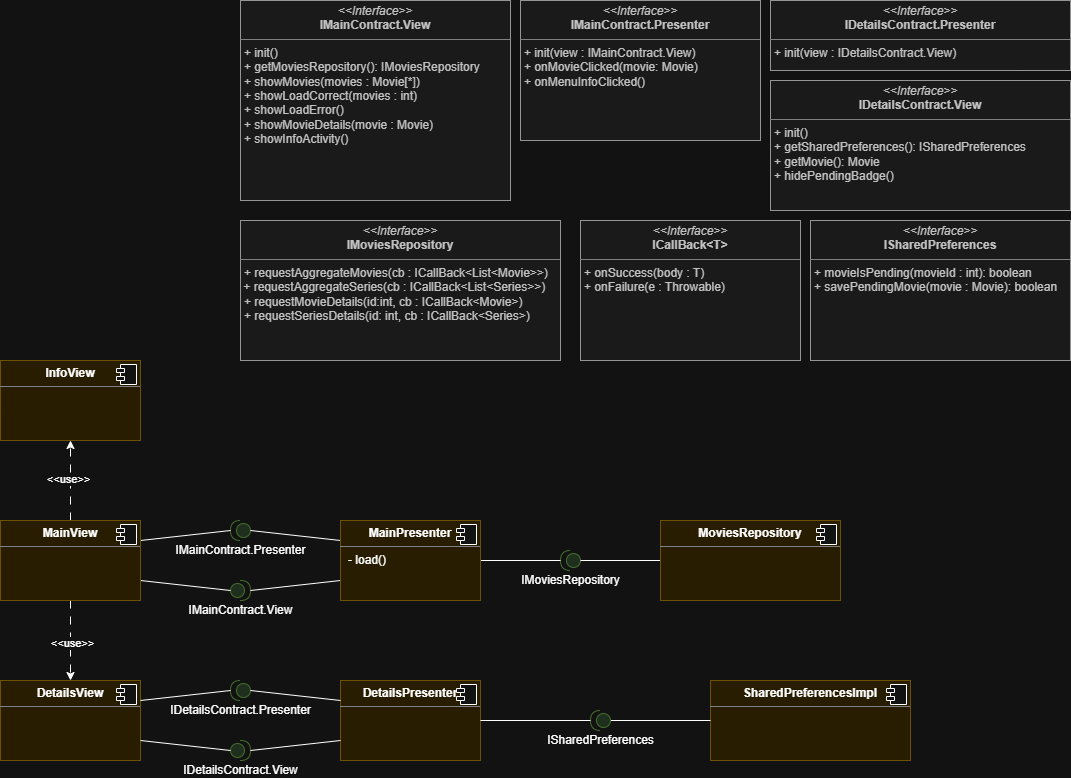
Earlier version of the draw.io export Docs/Models/architecture.png (isunican/App-Movies-Grupo3). Source tidied: cells renumbered, new cells last; positions are measured from the earlier drawing's top-left corner, leaving out a move shared by most shapes.
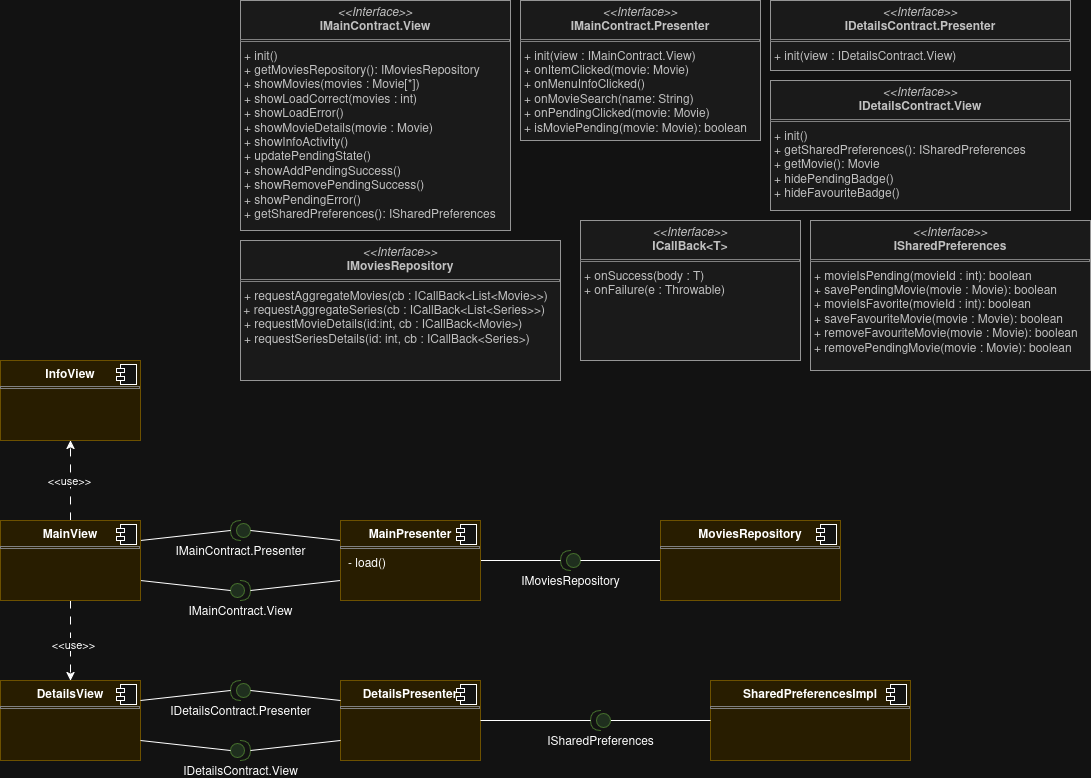
After the commit.

Commit message:
update architecture diagram

The edit, as a diff of the source:
```diff
@@ -2,8 +2,8 @@
   <root>
     <mxCell id="0" />
     <mxCell id="1" parent="0" />
-    <mxCell id="2" value="&lt;p style=&quot;margin:0px;margin-top:4px;text-align:center;&quot;&gt;&lt;i&gt;&amp;lt;&amp;lt;Interface&amp;gt;&amp;gt;&lt;/i&gt;&lt;br&gt;&lt;b&gt;IMainContract.View&lt;/b&gt;&lt;/p&gt;&lt;hr size=&quot;1&quot; style=&quot;border-style:solid;&quot;&gt;&lt;p style=&quot;margin:0px;margin-left:4px;&quot;&gt;+ init()&lt;br&gt;+ getMoviesRepository(): IMoviesRepository&lt;/p&gt;&lt;p style=&quot;margin:0px;margin-left:4px;&quot;&gt;+ showMovies(movies : Movie[*])&lt;/p&gt;&lt;p style=&quot;margin:0px;margin-left:4px;&quot;&gt;+ showLoadCorrect(movies : int)&lt;/p&gt;&lt;p style=&quot;margin:0px;margin-left:4px;&quot;&gt;+ showLoadError()&lt;/p&gt;&lt;p style=&quot;margin:0px;margin-left:4px;&quot;&gt;+ showMovieDetails(movie : Movie)&lt;/p&gt;&lt;p style=&quot;margin:0px;margin-left:4px;&quot;&gt;+ showInfoActivity()&lt;/p&gt;" style="verticalAlign=top;align=left;overflow=fill;html=1;whiteSpace=wrap;fillColor=#f5f5f5;fontColor=#333333;strokeColor=#666666;" parent="1" vertex="1">
-      <mxGeometry x="240" width="270" height="200" as="geometry" />
+    <mxCell id="2" value="&lt;p style=&quot;margin:0px;margin-top:4px;text-align:center;&quot;&gt;&lt;i&gt;&amp;lt;&amp;lt;Interface&amp;gt;&amp;gt;&lt;/i&gt;&lt;br&gt;&lt;b&gt;IMainContract.View&lt;/b&gt;&lt;/p&gt;&lt;hr size=&quot;1&quot; style=&quot;border-style:solid;&quot;&gt;&lt;p style=&quot;margin:0px;margin-left:4px;&quot;&gt;+ init()&lt;br&gt;+ getMoviesRepository(): IMoviesRepository&lt;/p&gt;&lt;p style=&quot;margin:0px;margin-left:4px;&quot;&gt;+ showMovies(movies : Movie[*])&lt;/p&gt;&lt;p style=&quot;margin:0px;margin-left:4px;&quot;&gt;+ showLoadCorrect(movies : int)&lt;/p&gt;&lt;p style=&quot;margin:0px;margin-left:4px;&quot;&gt;+ showLoadError()&lt;/p&gt;&lt;p style=&quot;margin:0px;margin-left:4px;&quot;&gt;+ showMovieDetails(movie : Movie)&lt;/p&gt;&lt;p style=&quot;margin:0px;margin-left:4px;&quot;&gt;+ showInfoActivity()&lt;/p&gt;&lt;p style=&quot;margin:0px;margin-left:4px;&quot;&gt;+ updatePendingState()&lt;/p&gt;&lt;p style=&quot;margin:0px;margin-left:4px;&quot;&gt;+ showAddPendingSuccess()&lt;/p&gt;&lt;p style=&quot;margin:0px;margin-left:4px;&quot;&gt;+ showRemovePendingSuccess()&lt;/p&gt;&lt;p style=&quot;margin:0px;margin-left:4px;&quot;&gt;+ showPendingError()&lt;/p&gt;&lt;p style=&quot;margin:0px;margin-left:4px;&quot;&gt;+ getSharedPreferences(): ISharedPreferences&lt;/p&gt;" style="verticalAlign=top;align=left;overflow=fill;html=1;whiteSpace=wrap;fillColor=#f5f5f5;fontColor=#333333;strokeColor=#666666;" parent="1" vertex="1">
+      <mxGeometry x="240" width="270" height="230" as="geometry" />
     </mxCell>
     <mxCell id="3" value="IMainContract.View" style="shape=providedRequiredInterface;html=1;verticalLabelPosition=bottom;sketch=0;fillColor=#d5e8d4;strokeColor=#82b366;" parent="1" vertex="1">
       <mxGeometry x="230" y="580" width="20" height="20" as="geometry" />
@@ -68,11 +68,11 @@
         <mxPoint x="-24" y="4" as="offset" />
       </mxGeometry>
     </mxCell>
-    <mxCell id="22" value="&lt;p style=&quot;margin:0px;margin-top:4px;text-align:center;&quot;&gt;&lt;i&gt;&amp;lt;&amp;lt;Interface&amp;gt;&amp;gt;&lt;/i&gt;&lt;br&gt;&lt;b&gt;IMainContract.Presenter&lt;/b&gt;&lt;/p&gt;&lt;hr size=&quot;1&quot; style=&quot;border-style:solid;&quot;&gt;&lt;p style=&quot;margin:0px;margin-left:4px;&quot;&gt;+ init(view : IMainContract.View)&lt;br&gt;+ onMovieClicked(movie: Movie)&lt;/p&gt;&lt;p style=&quot;margin:0px;margin-left:4px;&quot;&gt;+ onMenuInfoClicked()&lt;/p&gt;" style="verticalAlign=top;align=left;overflow=fill;html=1;whiteSpace=wrap;fillColor=#f5f5f5;fontColor=#333333;strokeColor=#666666;" parent="1" vertex="1">
+    <mxCell id="22" value="&lt;p style=&quot;margin:0px;margin-top:4px;text-align:center;&quot;&gt;&lt;i&gt;&amp;lt;&amp;lt;Interface&amp;gt;&amp;gt;&lt;/i&gt;&lt;br&gt;&lt;b&gt;IMainContract.Presenter&lt;/b&gt;&lt;/p&gt;&lt;hr size=&quot;1&quot; style=&quot;border-style:solid;&quot;&gt;&lt;p style=&quot;margin:0px;margin-left:4px;&quot;&gt;+ init(view : IMainContract.View)&lt;br&gt;+ onItemClicked(movie: Movie)&lt;/p&gt;&lt;p style=&quot;margin:0px;margin-left:4px;&quot;&gt;+ onMenuInfoClicked()&lt;/p&gt;&lt;p style=&quot;margin:0px;margin-left:4px;&quot;&gt;+ onMovieSearch(name: String)&lt;/p&gt;&lt;p style=&quot;margin:0px;margin-left:4px;&quot;&gt;+ onPendingClicked(movie: Movie)&lt;/p&gt;&lt;p style=&quot;margin:0px;margin-left:4px;&quot;&gt;+ isMoviePending(movie: Movie): boolean&lt;/p&gt;" style="verticalAlign=top;align=left;overflow=fill;html=1;whiteSpace=wrap;fillColor=#f5f5f5;fontColor=#333333;strokeColor=#666666;" parent="1" vertex="1">
       <mxGeometry x="520" width="240" height="140" as="geometry" />
     </mxCell>
     <mxCell id="23" value="&lt;p style=&quot;margin:0px;margin-top:4px;text-align:center;&quot;&gt;&lt;i&gt;&amp;lt;&amp;lt;Interface&amp;gt;&amp;gt;&lt;/i&gt;&lt;br&gt;&lt;b&gt;IMoviesRepository&lt;/b&gt;&lt;/p&gt;&lt;hr size=&quot;1&quot; style=&quot;border-style:solid;&quot;&gt;&lt;p style=&quot;margin:0px;margin-left:4px;&quot;&gt;+ requestAggregateMovies(cb : ICallBack&amp;lt;List&amp;lt;Movie&amp;gt;&amp;gt;)&lt;br&gt;&lt;/p&gt;&amp;nbsp;+ requestAggregateSeries(cb : ICallBack&amp;lt;List&amp;lt;Series&amp;gt;&amp;gt;)&lt;br&gt;&lt;p style=&quot;margin:0px;margin-left:4px;&quot;&gt;+ requestMovieDetails(id:int, cb : ICallBack&amp;lt;Movie&amp;gt;)&lt;br&gt;&lt;/p&gt;&lt;p style=&quot;margin:0px;margin-left:4px;&quot;&gt;+ requestSeriesDetails(id: int, cb : ICallBack&amp;lt;Series&amp;gt;)&lt;br&gt;&lt;/p&gt;" style="verticalAlign=top;align=left;overflow=fill;html=1;whiteSpace=wrap;fillColor=#f5f5f5;fontColor=#333333;strokeColor=#666666;" parent="1" vertex="1">
-      <mxGeometry x="240" y="220" width="320" height="140" as="geometry" />
+      <mxGeometry x="240" y="240" width="320" height="140" as="geometry" />
     </mxCell>
     <mxCell id="24" value="&lt;p style=&quot;margin:0px;margin-top:4px;text-align:center;&quot;&gt;&lt;i&gt;&amp;lt;&amp;lt;Interface&amp;gt;&amp;gt;&lt;/i&gt;&lt;br&gt;&lt;b&gt;ICallBack&amp;lt;T&amp;gt;&lt;/b&gt;&lt;/p&gt;&lt;hr size=&quot;1&quot; style=&quot;border-style:solid;&quot;&gt;&lt;p style=&quot;margin:0px;margin-left:4px;&quot;&gt;+ onSuccess(body : T)&lt;/p&gt;&lt;p style=&quot;margin:0px;margin-left:4px;&quot;&gt;+ onFailure(e : Throwable)&lt;/p&gt;" style="verticalAlign=top;align=left;overflow=fill;html=1;whiteSpace=wrap;fillColor=#f5f5f5;fontColor=#333333;strokeColor=#666666;" parent="1" vertex="1">
       <mxGeometry x="580" y="220" width="220" height="140" as="geometry" />
@@ -122,7 +122,7 @@
     <mxCell id="37" value="&lt;p style=&quot;margin:0px;margin-top:4px;text-align:center;&quot;&gt;&lt;i&gt;&amp;lt;&amp;lt;Interface&amp;gt;&amp;gt;&lt;/i&gt;&lt;br&gt;&lt;b&gt;IDetailsContract.Presenter&lt;/b&gt;&lt;/p&gt;&lt;hr size=&quot;1&quot; style=&quot;border-style:solid;&quot;&gt;&lt;p style=&quot;margin:0px;margin-left:4px;&quot;&gt;+ init(view : IDetailsContract.View)&lt;br&gt;&lt;/p&gt;" style="verticalAlign=top;align=left;overflow=fill;html=1;whiteSpace=wrap;fillColor=#f5f5f5;fontColor=#333333;strokeColor=#666666;" parent="1" vertex="1">
       <mxGeometry x="770" width="300" height="70" as="geometry" />
     </mxCell>
-    <mxCell id="38" value="&lt;p style=&quot;margin:0px;margin-top:4px;text-align:center;&quot;&gt;&lt;i&gt;&amp;lt;&amp;lt;Interface&amp;gt;&amp;gt;&lt;/i&gt;&lt;br&gt;&lt;b&gt;IDetailsContract.View&lt;/b&gt;&lt;/p&gt;&lt;hr size=&quot;1&quot; style=&quot;border-style:solid;&quot;&gt;&lt;p style=&quot;margin:0px;margin-left:4px;&quot;&gt;+ init()&lt;br&gt;&lt;/p&gt;&lt;p style=&quot;margin:0px;margin-left:4px;&quot;&gt;+ getSharedPreferences(): ISharedPreferences&lt;/p&gt;&lt;p style=&quot;margin:0px;margin-left:4px;&quot;&gt;+ getMovie(): Movie&lt;/p&gt;&lt;p style=&quot;margin:0px;margin-left:4px;&quot;&gt;+ hidePendingBadge()&lt;/p&gt;" style="verticalAlign=top;align=left;overflow=fill;html=1;whiteSpace=wrap;fillColor=#f5f5f5;fontColor=#333333;strokeColor=#666666;" parent="1" vertex="1">
+    <mxCell id="38" value="&lt;p style=&quot;margin:0px;margin-top:4px;text-align:center;&quot;&gt;&lt;i&gt;&amp;lt;&amp;lt;Interface&amp;gt;&amp;gt;&lt;/i&gt;&lt;br&gt;&lt;b&gt;IDetailsContract.View&lt;/b&gt;&lt;/p&gt;&lt;hr size=&quot;1&quot; style=&quot;border-style:solid;&quot;&gt;&lt;p style=&quot;margin:0px;margin-left:4px;&quot;&gt;+ init()&lt;br&gt;&lt;/p&gt;&lt;p style=&quot;margin:0px;margin-left:4px;&quot;&gt;+ getSharedPreferences(): ISharedPreferences&lt;/p&gt;&lt;p style=&quot;margin:0px;margin-left:4px;&quot;&gt;+ getMovie(): Movie&lt;/p&gt;&lt;p style=&quot;margin:0px;margin-left:4px;&quot;&gt;+ hidePendingBadge()&lt;/p&gt;&lt;p style=&quot;margin:0px;margin-left:4px;&quot;&gt;+ hideFavouriteBadge()&lt;/p&gt;" style="verticalAlign=top;align=left;overflow=fill;html=1;whiteSpace=wrap;fillColor=#f5f5f5;fontColor=#333333;strokeColor=#666666;" parent="1" vertex="1">
       <mxGeometry x="770" y="80" width="300" height="130" as="geometry" />
     </mxCell>
     <mxCell id="39" value="&lt;p style=&quot;margin:0px;margin-top:6px;text-align:center;&quot;&gt;&lt;b&gt;SharedPreferencesImpl&lt;/b&gt;&lt;/p&gt;&lt;hr size=&quot;1&quot; style=&quot;border-style:solid;&quot;&gt;&lt;p style=&quot;margin:0px;margin-left:8px;&quot;&gt;&lt;br&gt;&lt;/p&gt;" style="align=left;overflow=fill;html=1;whiteSpace=wrap;fillColor=#fff2cc;strokeColor=#d6b656;" parent="1" vertex="1">
@@ -142,8 +142,8 @@
     <mxCell id="43" style="rounded=0;jettySize=auto;html=1;exitX=1;exitY=0.5;exitDx=0;exitDy=0;entryX=1;entryY=0.5;entryDx=0;entryDy=0;entryPerimeter=0;endArrow=none;endFill=0;" parent="1" edge="1" source="29" target="42">
       <mxGeometry relative="1" as="geometry" />
     </mxCell>
-    <mxCell id="44" value="&lt;p style=&quot;margin:0px;margin-top:4px;text-align:center;&quot;&gt;&lt;i&gt;&amp;lt;&amp;lt;Interface&amp;gt;&amp;gt;&lt;/i&gt;&lt;br&gt;&lt;b&gt;ISharedPreferences&lt;/b&gt;&lt;/p&gt;&lt;hr size=&quot;1&quot; style=&quot;border-style:solid;&quot;&gt;&lt;p style=&quot;margin:0px;margin-left:4px;&quot;&gt;+ movieIsPending(movieId : int): boolean&lt;/p&gt;&lt;p style=&quot;margin:0px;margin-left:4px;&quot;&gt;+ savePendingMovie(movie : Movie): boolean&lt;/p&gt;" style="verticalAlign=top;align=left;overflow=fill;html=1;whiteSpace=wrap;fillColor=#f5f5f5;fontColor=#333333;strokeColor=#666666;" parent="1" vertex="1">
-      <mxGeometry x="810" y="220" width="260" height="140" as="geometry" />
+    <mxCell id="44" value="&lt;p style=&quot;margin:0px;margin-top:4px;text-align:center;&quot;&gt;&lt;i&gt;&amp;lt;&amp;lt;Interface&amp;gt;&amp;gt;&lt;/i&gt;&lt;br&gt;&lt;b&gt;ISharedPreferences&lt;/b&gt;&lt;/p&gt;&lt;hr size=&quot;1&quot; style=&quot;border-style:solid;&quot;&gt;&lt;p style=&quot;margin:0px;margin-left:4px;&quot;&gt;+ movieIsPending(movieId : int): boolean&lt;/p&gt;&lt;p style=&quot;margin:0px;margin-left:4px;&quot;&gt;+ savePendingMovie(movie : Movie): boolean&lt;/p&gt;&lt;p style=&quot;margin: 0px 0px 0px 4px;&quot;&gt;+ movieIsFavorite(movieId : int): boolean&lt;/p&gt;&lt;p style=&quot;margin: 0px 0px 0px 4px;&quot;&gt;+ saveFavouriteMovie(movie : Movie): boolean&lt;/p&gt;&lt;p style=&quot;margin: 0px 0px 0px 4px;&quot;&gt;+ removeFavouriteMovie(movie : Movie): boolean&lt;/p&gt;&lt;p style=&quot;margin: 0px 0px 0px 4px;&quot;&gt;+ removePendingMovie(movie : Movie): boolean&lt;/p&gt;" style="verticalAlign=top;align=left;overflow=fill;html=1;whiteSpace=wrap;fillColor=#f5f5f5;fontColor=#333333;strokeColor=#666666;" parent="1" vertex="1">
+      <mxGeometry x="810" y="220" width="280" height="150" as="geometry" />
     </mxCell>
   </root>
 </mxGraphModel>
```
